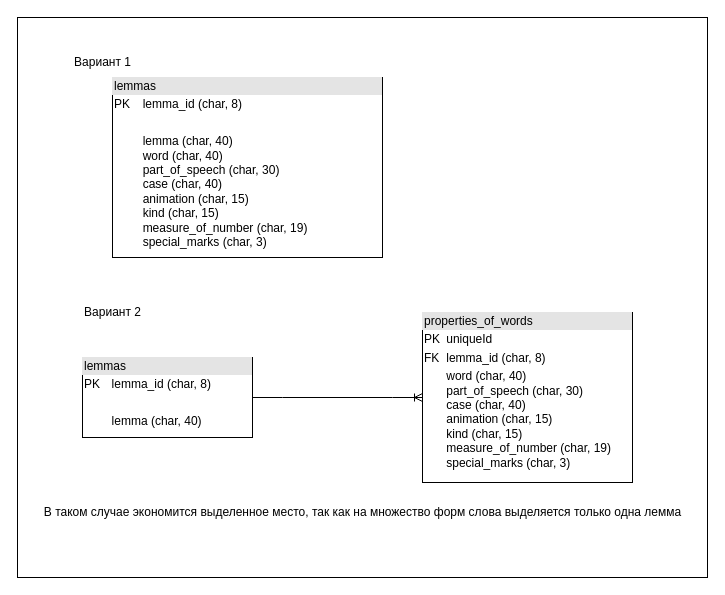
Above: Schema_Table.drawio in vdhudenkih/Diagrams (draw.io), before the change. Source tidied: cells renumbered, new cells numbered last; positions are measured from the earlier drawing's top-left corner, leaving out a move shared by most shapes. Both pictures are drawn from the tidied source at 100%, with x=0, y=0 at pixel (17, 17).
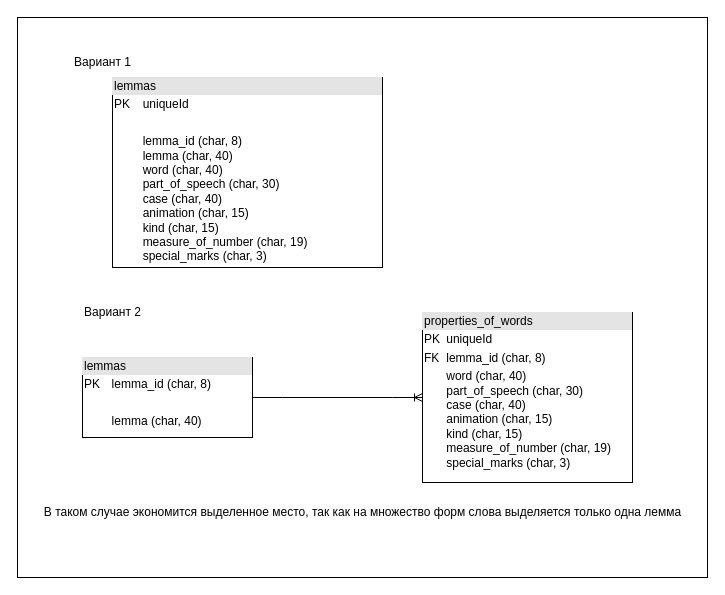
The same diagram, later.

Diff of the diagram source:
```diff
@@
 <mxGraphModel>
   <root>
     <mxCell id="0" />
     <mxCell id="1" parent="0" />
     <mxCell id="2" style="rounded=0;whiteSpace=wrap;html=1;" parent="1" vertex="1">
       <mxGeometry width="690" height="560" as="geometry" />
     </mxCell>
-    <mxCell id="3" value="&lt;div style=&quot;box-sizing: border-box; width: 100%; background: rgb(228, 228, 228); padding: 2px;&quot;&gt;lemmas&lt;/div&gt;&lt;table style=&quot;width:100%;font-size:1em;&quot; cellpadding=&quot;2&quot; cellspacing=&quot;0&quot;&gt;&lt;tbody&gt;&lt;tr&gt;&lt;td&gt;PK&lt;/td&gt;&lt;td&gt;lemma_id (char, 8)&lt;/td&gt;&lt;/tr&gt;&lt;tr&gt;&lt;td&gt;&lt;br&gt;&lt;/td&gt;&lt;td&gt;&lt;br&gt;&lt;/td&gt;&lt;/tr&gt;&lt;tr&gt;&lt;td&gt;&lt;/td&gt;&lt;td&gt;lemma (char, 40)&lt;br&gt;word (char, 40)&lt;br&gt;part_of_speech (char, 30)&lt;br&gt;case (char, 40)&lt;br&gt;animation (char, 15)&lt;br&gt;kind (char, 15)&lt;br&gt;measure_of_number (char, 19)&lt;br&gt;special_marks (char, 3)&lt;/td&gt;&lt;/tr&gt;&lt;/tbody&gt;&lt;/table&gt;" style="verticalAlign=top;align=left;overflow=fill;html=1;whiteSpace=wrap;" parent="1" vertex="1">
-      <mxGeometry x="95" y="60" width="270" height="180" as="geometry" />
+    <mxCell id="3" value="&lt;div style=&quot;box-sizing: border-box; width: 100%; background: rgb(228, 228, 228); padding: 2px;&quot;&gt;lemmas&lt;/div&gt;&lt;table style=&quot;width:100%;font-size:1em;&quot; cellpadding=&quot;2&quot; cellspacing=&quot;0&quot;&gt;&lt;tbody&gt;&lt;tr&gt;&lt;td&gt;PK&lt;/td&gt;&lt;td&gt;uniqueId&amp;nbsp;&lt;/td&gt;&lt;/tr&gt;&lt;tr&gt;&lt;td&gt;&lt;br&gt;&lt;/td&gt;&lt;td&gt;&lt;br&gt;&lt;/td&gt;&lt;/tr&gt;&lt;tr&gt;&lt;td&gt;&lt;/td&gt;&lt;td&gt;lemma_id (char, 8)&lt;br&gt;lemma (char, 40)&lt;br&gt;word (char, 40)&lt;br&gt;part_of_speech (char, 30)&lt;br&gt;case (char, 40)&lt;br&gt;animation (char, 15)&lt;br&gt;kind (char, 15)&lt;br&gt;measure_of_number (char, 19)&lt;br&gt;special_marks (char, 3)&lt;/td&gt;&lt;/tr&gt;&lt;/tbody&gt;&lt;/table&gt;" style="verticalAlign=top;align=left;overflow=fill;html=1;whiteSpace=wrap;" parent="1" vertex="1">
+      <mxGeometry x="95" y="60" width="270" height="190" as="geometry" />
     </mxCell>
     <mxCell id="4" style="shape=tableRow;horizontal=0;startSize=0;swimlaneHead=0;swimlaneBody=0;fillColor=none;top=0;left=0;right=0;bottom=0;" parent="1" vertex="1">
       <mxGeometry x="125" y="490" width="180" height="35" as="geometry" />
     </mxCell>
     <mxCell id="5" style="shape=partialRectangle;fillColor=none;top=0;left=0;bottom=0;right=0;overflow=hidden;whiteSpace=wrap;html=1;" parent="4" vertex="1">
       <mxGeometry width="30" height="35" as="geometry" />
     </mxCell>
     <mxCell id="6" value="Вариант 1" style="text;html=1;align=center;verticalAlign=middle;strokeColor=none;fillColor=none;" parent="1" vertex="1">
       <mxGeometry x="45" y="30" width="80" height="30" as="geometry" />
     </mxCell>
     <mxCell id="7" value="Вариант 2" style="text;html=1;align=center;verticalAlign=middle;strokeColor=none;fillColor=none;" parent="1" vertex="1">
       <mxGeometry x="55" y="280" width="80" height="30" as="geometry" />
     </mxCell>
     <mxCell id="8" value="&lt;div style=&quot;box-sizing: border-box; width: 100%; background: rgb(228, 228, 228); padding: 2px;&quot;&gt;properties_of_words&lt;/div&gt;&lt;table style=&quot;width:100%;font-size:1em;&quot; cellpadding=&quot;2&quot; cellspacing=&quot;0&quot;&gt;&lt;tbody&gt;&lt;tr&gt;&lt;td&gt;PK&lt;/td&gt;&lt;td&gt;uniqueId&amp;nbsp;&lt;/td&gt;&lt;/tr&gt;&lt;tr&gt;&lt;td&gt;FK&lt;/td&gt;&lt;td&gt;lemma_id (char, 8)&lt;/td&gt;&lt;/tr&gt;&lt;tr&gt;&lt;td&gt;&lt;/td&gt;&lt;td&gt;word (char, 40)&lt;br&gt;part_of_speech (char, 30)&lt;br&gt;case (char, 40)&lt;br&gt;animation (char, 15)&lt;br&gt;kind (char, 15)&lt;br&gt;measure_of_number (char, 19)&lt;br&gt;special_marks (char, 3)&lt;/td&gt;&lt;/tr&gt;&lt;/tbody&gt;&lt;/table&gt;" style="verticalAlign=top;align=left;overflow=fill;html=1;whiteSpace=wrap;" parent="1" vertex="1">
       <mxGeometry x="405" y="295" width="210" height="170" as="geometry" />
     </mxCell>
     <mxCell id="9" value="&lt;div style=&quot;box-sizing: border-box; width: 100%; background: rgb(228, 228, 228); padding: 2px;&quot;&gt;lemmas&lt;/div&gt;&lt;table style=&quot;width:100%;font-size:1em;&quot; cellpadding=&quot;2&quot; cellspacing=&quot;0&quot;&gt;&lt;tbody&gt;&lt;tr&gt;&lt;td&gt;PK&lt;/td&gt;&lt;td&gt;lemma_id (char, 8)&lt;/td&gt;&lt;/tr&gt;&lt;tr&gt;&lt;td&gt;&lt;br&gt;&lt;/td&gt;&lt;td&gt;&lt;br&gt;&lt;/td&gt;&lt;/tr&gt;&lt;tr&gt;&lt;td&gt;&lt;/td&gt;&lt;td&gt;lemma (char, 40)&lt;br&gt;&lt;/td&gt;&lt;/tr&gt;&lt;/tbody&gt;&lt;/table&gt;" style="verticalAlign=top;align=left;overflow=fill;html=1;whiteSpace=wrap;" parent="1" vertex="1">
       <mxGeometry x="65" y="340" width="170" height="80" as="geometry" />
     </mxCell>
     <mxCell id="10" style="edgeStyle=entityRelationEdgeStyle;fontSize=12;html=1;endArrow=ERoneToMany;rounded=0;exitX=1;exitY=0.5;exitDx=0;exitDy=0;entryX=0;entryY=0.5;entryDx=0;entryDy=0;" parent="1" edge="1" source="9" target="8">
       <mxGeometry relative="1" as="geometry" />
     </mxCell>
     <mxCell id="11" value="В таком случае экономится выделенное место, так как на множество форм слова выделяется только одна лемма" style="text;html=1;align=center;verticalAlign=middle;strokeColor=none;fillColor=none;" parent="1" vertex="1">
       <mxGeometry x="15" y="480" width="660" height="30" as="geometry" />
     </mxCell>
   </root>
 </mxGraphModel>
```
